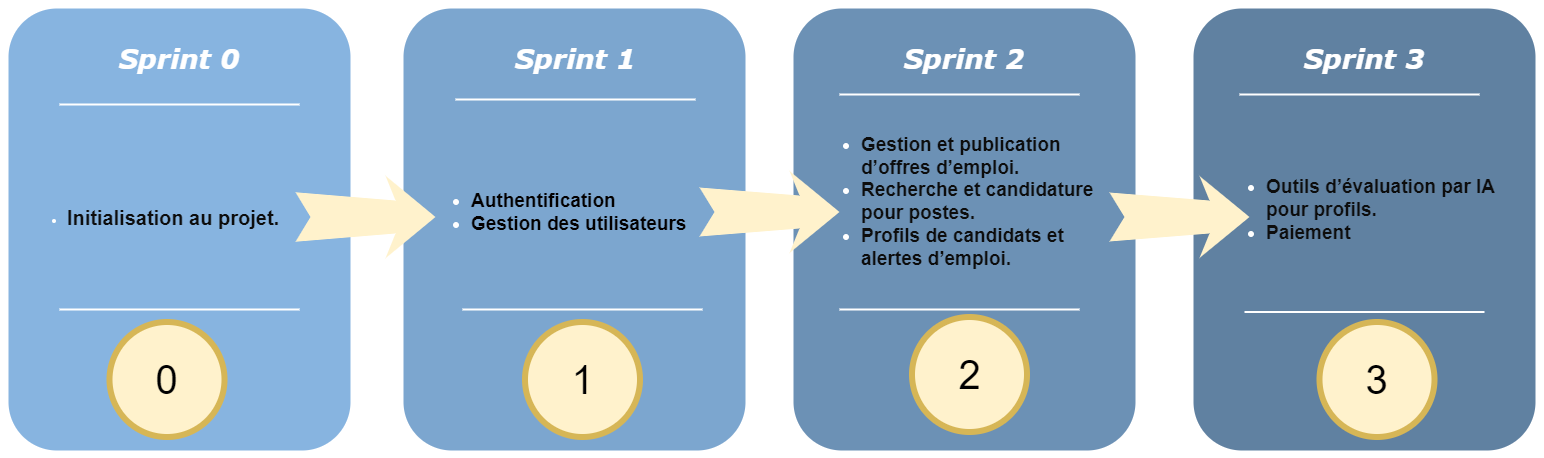
Earlier version of the draw.io export sprints.png (chirine1/-project). Source tidied: cells renumbered, new cells last; positions are measured from the earlier drawing's top-left corner, leaving out a move shared by most shapes.
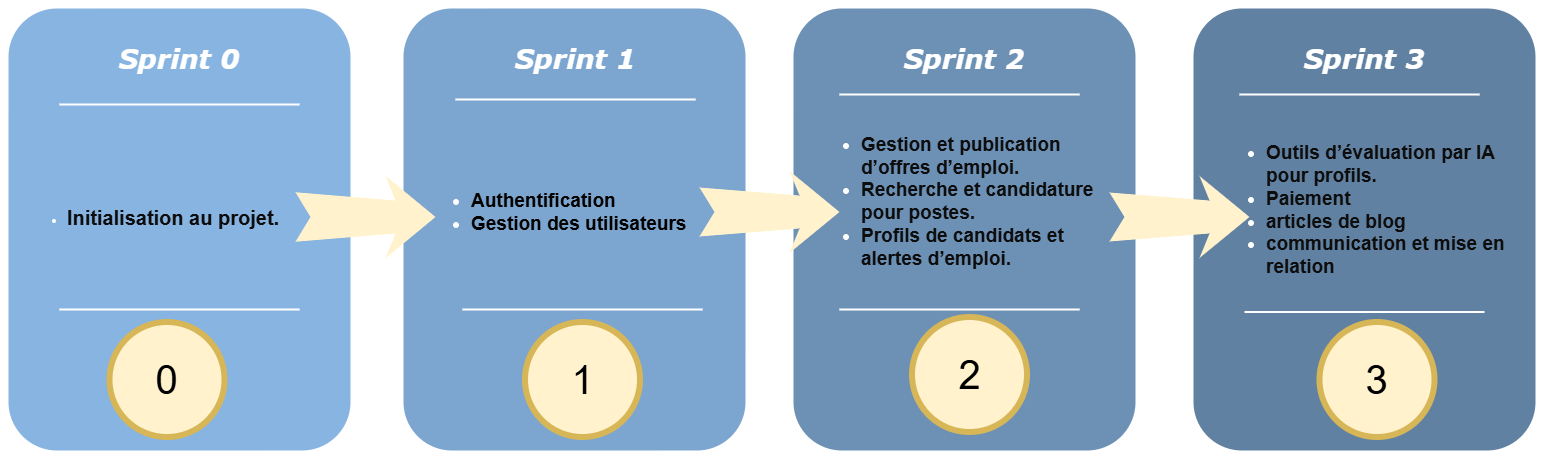
After the change.

Commit message:
Mettre à jour sprints.png

Diff of the diagram source:
```diff
@@ -65,7 +65,7 @@
     <mxCell id="22" value="&lt;font face=&quot;Verdana&quot;&gt;&lt;i&gt;Sprint 3&lt;/i&gt;&lt;/font&gt;" style="text;html=1;strokeColor=none;fillColor=none;align=center;verticalAlign=middle;whiteSpace=wrap;rounded=0;shadow=0;fontSize=27;fontColor=#FFFFFF;fontStyle=1;" parent="1" vertex="1">
       <mxGeometry x="1220" y="25" width="280" height="60" as="geometry" />
     </mxCell>
-    <mxCell id="23" value="&lt;div style=&quot;font-size: 19px;&quot;&gt;&lt;ul&gt;&lt;li&gt;&lt;font color=&quot;#0d0d0d&quot; style=&quot;font-size: 19px;&quot;&gt;&lt;b&gt;Outils d’évaluation par IA pour profils.&lt;/b&gt;&lt;/font&gt;&lt;/li&gt;&lt;li&gt;&lt;font color=&quot;#0d0d0d&quot;&gt;&lt;b&gt;Paiement&lt;/b&gt;&lt;/font&gt;&lt;/li&gt;&lt;/ul&gt;&lt;/div&gt;" style="text;html=1;strokeColor=none;fillColor=none;align=left;verticalAlign=middle;whiteSpace=wrap;rounded=0;shadow=0;fontSize=14;fontColor=#FFFFFF;" parent="1" vertex="1">
+    <mxCell id="23" value="&lt;div style=&quot;font-size: 19px;&quot;&gt;&lt;ul&gt;&lt;li&gt;&lt;font color=&quot;#0d0d0d&quot; style=&quot;font-size: 19px;&quot;&gt;&lt;b&gt;Outils d’évaluation par IA pour profils.&lt;/b&gt;&lt;/font&gt;&lt;/li&gt;&lt;li&gt;&lt;font color=&quot;#0d0d0d&quot;&gt;&lt;b&gt;Paiement&lt;/b&gt;&lt;/font&gt;&lt;/li&gt;&lt;li&gt;&lt;font color=&quot;#0d0d0d&quot;&gt;&lt;b&gt;articles de blog&lt;/b&gt;&lt;/font&gt;&lt;/li&gt;&lt;li&gt;&lt;font color=&quot;#0d0d0d&quot;&gt;&lt;b&gt;communication et mise en relation&lt;/b&gt;&lt;/font&gt;&lt;/li&gt;&lt;/ul&gt;&lt;/div&gt;" style="text;html=1;strokeColor=none;fillColor=none;align=left;verticalAlign=middle;whiteSpace=wrap;rounded=0;shadow=0;fontSize=14;fontColor=#FFFFFF;" parent="1" vertex="1">
       <mxGeometry x="1220" y="83.8" width="290" height="245" as="geometry" />
     </mxCell>
     <mxCell id="24" style="line;strokeWidth=2;html=1;rounded=0;shadow=0;fontSize=27;align=center;fillColor=none;strokeColor=#FFFFFF;" parent="1" vertex="1">
```
